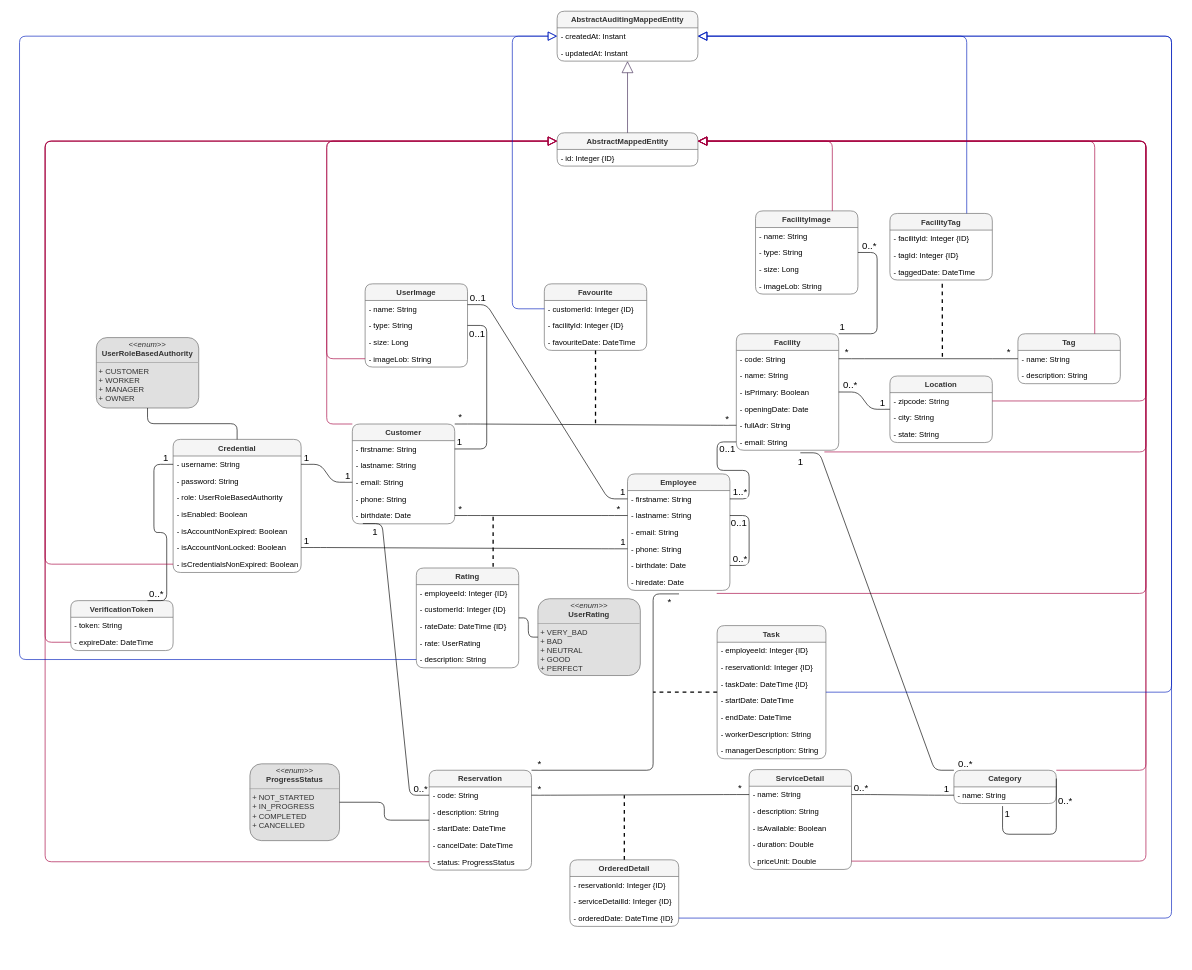
Above: docs/doc/atic/atic_class_diag.drawio in SelimHorri/atic-backend-app (draw.io), before the change. Source tidied: cells renumbered, new cells numbered last; positions are measured from the earlier drawing's top-left corner, leaving out a move shared by most shapes. Both pictures are drawn from the tidied source at 64%, with x=0, y=0 at pixel (19, 11).
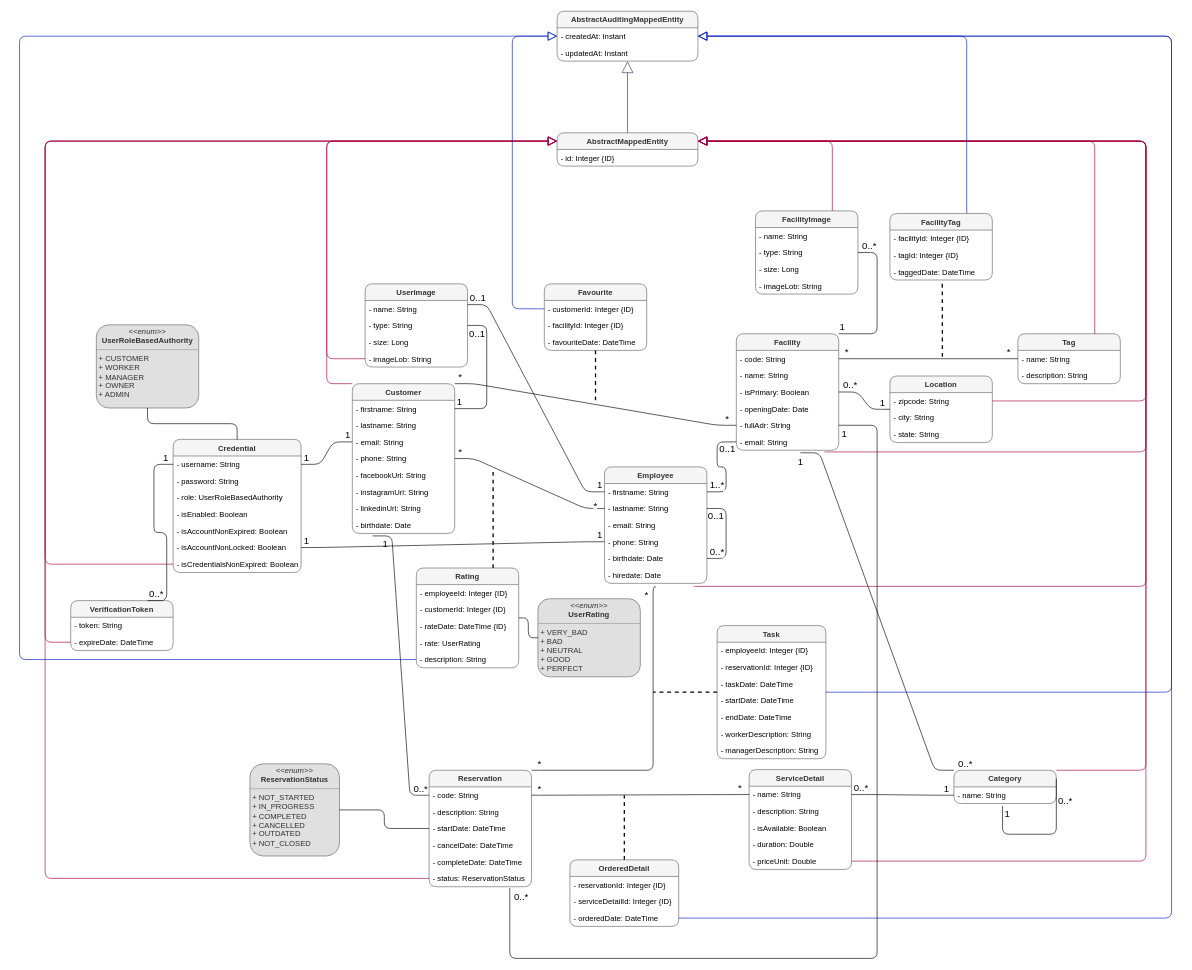
The same page after the edit.

Unchanged cells that the change refers to:
```xml
<mxCell id="6" value="- lastname: String" style="text;strokeColor=none;fillColor=none;align=left;verticalAlign=top;spacingLeft=4;spacingRight=4;overflow=hidden;points=[[0,0.5],[1,0.5]];portConstraint=eastwest;rounded=1;" parent="4" vertex="1">
  <mxGeometry y="52" width="160" height="26" as="geometry" />
</mxCell>
<mxCell id="33" value="Favourite" style="swimlane;fontStyle=1;align=center;verticalAlign=top;horizontal=1;startSize=26;rounded=1;fillColor=#f5f5f5;fontColor=#333333;strokeColor=#666666;" parent="1" vertex="1">
  <mxGeometry x="820" y="426" width="160" height="104" as="geometry" />
</mxCell>
<mxCell id="42" value="- fullAdr: String" style="text;strokeColor=none;fillColor=none;align=left;verticalAlign=top;spacingLeft=4;spacingRight=4;overflow=hidden;points=[[0,0.5],[1,0.5]];portConstraint=eastwest;rounded=1;sketch=0;" parent="37" vertex="1">
  <mxGeometry y="130" width="160" height="26" as="geometry" />
</mxCell>
<mxCell id="45" value="- code: String" style="text;strokeColor=none;fillColor=none;align=left;verticalAlign=top;spacingLeft=4;spacingRight=4;overflow=hidden;points=[[0,0.5],[1,0.5]];portConstraint=eastwest;rounded=1;sketch=0;" parent="44" vertex="1">
  <mxGeometry y="26" width="160" height="26" as="geometry" />
</mxCell>
<mxCell id="56" value="OrderedDetail" style="swimlane;fontStyle=1;align=center;verticalAlign=top;horizontal=1;startSize=26;rounded=1;sketch=0;fillColor=#f5f5f5;fontColor=#333333;strokeColor=#666666;" parent="1" vertex="1">
  <mxGeometry x="860" y="1326" width="170" height="104" as="geometry" />
</mxCell>
<mxCell id="79" value="Rating" style="swimlane;fontStyle=1;align=center;verticalAlign=top;horizontal=1;startSize=26;rounded=1;sketch=0;fillColor=#f5f5f5;fontColor=#333333;strokeColor=#666666;" parent="1" vertex="1">
  <mxGeometry x="620" y="870" width="160" height="156" as="geometry" />
</mxCell>
<mxCell id="165" value="Task" style="swimlane;fontStyle=1;align=center;verticalAlign=top;horizontal=1;startSize=26;rounded=1;sketch=0;fillColor=#f5f5f5;fontColor=#333333;strokeColor=#666666;" parent="1" vertex="1">
  <mxGeometry x="1090" y="960" width="170" height="208" as="geometry" />
</mxCell>
```

Diff of the diagram source:
```diff
@@
     <mxCell id="4" value="Employee" style="swimlane;fontStyle=1;align=center;verticalAlign=top;horizontal=1;startSize=26;rounded=1;fillColor=#f5f5f5;fontColor=#333333;strokeColor=#666666;" parent="1" vertex="1">
-      <mxGeometry x="950" y="723" width="160" height="182" as="geometry" />
+      <mxGeometry x="914" y="712" width="160" height="182" as="geometry" />
     </mxCell>
@@
     <mxCell id="14" value="Customer" style="swimlane;fontStyle=1;align=center;verticalAlign=top;horizontal=1;startSize=26;rounded=1;fillColor=#f5f5f5;fontColor=#333333;strokeColor=#666666;" parent="1" vertex="1">
-      <mxGeometry x="520" y="645" width="160" height="156" as="geometry" />
+      <mxGeometry x="520" y="582" width="160" height="234" as="geometry" />
     </mxCell>
@@
+    <mxCell id="178" value="- facebookUrl: String" style="text;strokeColor=none;fillColor=none;align=left;verticalAlign=top;spacingLeft=4;spacingRight=4;overflow=hidden;rounded=1;" parent="14" vertex="1">
+      <mxGeometry y="130" width="160" height="26" as="geometry" />
+    </mxCell>
+    <mxCell id="179" value="- instagramUrl: String" style="text;strokeColor=none;fillColor=none;align=left;verticalAlign=top;spacingLeft=4;spacingRight=4;overflow=hidden;rounded=1;" parent="14" vertex="1">
+      <mxGeometry y="156" width="160" height="26" as="geometry" />
+    </mxCell>
+    <mxCell id="180" value="- linkedinUrl: String" style="text;strokeColor=none;fillColor=none;align=left;verticalAlign=top;spacingLeft=4;spacingRight=4;overflow=hidden;rounded=1;" parent="14" vertex="1">
+      <mxGeometry y="182" width="160" height="26" as="geometry" />
+    </mxCell>
     <mxCell id="19" value="- birthdate: Date" style="text;strokeColor=none;fillColor=none;align=left;verticalAlign=top;spacingLeft=4;spacingRight=4;overflow=hidden;points=[[0,0.5],[1,0.5]];portConstraint=eastwest;rounded=1;" parent="14" vertex="1">
-      <mxGeometry y="130" width="160" height="26" as="geometry" />
+      <mxGeometry y="208" width="160" height="26" as="geometry" />
     </mxCell>
@@
-    <mxCell id="31" value="&lt;p style=&quot;margin: 0px ; margin-top: 4px ; text-align: center&quot;&gt;&lt;i&gt;&amp;lt;&amp;lt;enum&amp;gt;&amp;gt;&lt;/i&gt;&lt;br&gt;&lt;b&gt;UserRoleBasedAuthority&lt;/b&gt;&lt;br&gt;&lt;/p&gt;&lt;hr size=&quot;1&quot;&gt;&lt;p style=&quot;margin: 0px ; margin-left: 4px&quot;&gt;+ CUSTOMER&lt;/p&gt;&lt;p style=&quot;margin: 0px ; margin-left: 4px&quot;&gt;+ WORKER&lt;/p&gt;&lt;p style=&quot;margin: 0px ; margin-left: 4px&quot;&gt;+ MANAGER&lt;/p&gt;&lt;p style=&quot;margin: 0px ; margin-left: 4px&quot;&gt;+ OWNER&lt;br&gt;&lt;/p&gt;" style="verticalAlign=top;align=left;overflow=fill;fontSize=12;fontFamily=Helvetica;html=1;rounded=1;fillColor=#E0E0E0;fontColor=#333333;strokeColor=#666666;" parent="1" vertex="1">
-      <mxGeometry x="120" y="510" width="160" height="110" as="geometry" />
+    <mxCell id="31" value="&lt;p style=&quot;margin: 0px ; margin-top: 4px ; text-align: center&quot;&gt;&lt;i&gt;&amp;lt;&amp;lt;enum&amp;gt;&amp;gt;&lt;/i&gt;&lt;br&gt;&lt;b&gt;UserRoleBasedAuthority&lt;/b&gt;&lt;br&gt;&lt;/p&gt;&lt;hr size=&quot;1&quot;&gt;&lt;p style=&quot;margin: 0px ; margin-left: 4px&quot;&gt;+ CUSTOMER&lt;/p&gt;&lt;p style=&quot;margin: 0px ; margin-left: 4px&quot;&gt;+ WORKER&lt;/p&gt;&lt;p style=&quot;margin: 0px ; margin-left: 4px&quot;&gt;+ MANAGER&lt;/p&gt;&lt;p style=&quot;margin: 0px ; margin-left: 4px&quot;&gt;+ OWNER&lt;/p&gt;&lt;p style=&quot;margin: 0px ; margin-left: 4px&quot;&gt;+ ADMIN&lt;br&gt;&lt;/p&gt;" style="verticalAlign=top;align=left;overflow=fill;fontSize=12;fontFamily=Helvetica;html=1;rounded=1;fillColor=#E0E0E0;fontColor=#333333;strokeColor=#666666;" parent="1" vertex="1">
+      <mxGeometry x="120" y="490" width="160" height="130" as="geometry" />
     </mxCell>
@@
     <mxCell id="44" value="Reservation" style="swimlane;fontStyle=1;align=center;verticalAlign=top;horizontal=1;startSize=26;rounded=1;sketch=0;fillColor=#f5f5f5;fontColor=#333333;strokeColor=#666666;" parent="1" vertex="1">
-      <mxGeometry x="640" y="1186" width="160" height="156" as="geometry" />
+      <mxGeometry x="640" y="1186" width="160" height="182" as="geometry" />
     </mxCell>
@@
+    <mxCell id="181" value="- completeDate: DateTime" style="text;strokeColor=none;fillColor=none;align=left;verticalAlign=top;spacingLeft=4;spacingRight=4;overflow=hidden;rounded=1;sketch=0;" parent="44" vertex="1">
+      <mxGeometry y="130" width="160" height="26" as="geometry" />
+    </mxCell>
-    <mxCell id="49" value="- status: ProgressStatus" style="text;strokeColor=none;fillColor=none;align=left;verticalAlign=top;spacingLeft=4;spacingRight=4;overflow=hidden;points=[[0,0.5],[1,0.5]];portConstraint=eastwest;rounded=1;sketch=0;" parent="44" vertex="1">
-      <mxGeometry y="130" width="160" height="26" as="geometry" />
+    <mxCell id="49" value="- status: ReservationStatus" style="text;strokeColor=none;fillColor=none;align=left;verticalAlign=top;spacingLeft=4;spacingRight=4;overflow=hidden;points=[[0,0.5],[1,0.5]];portConstraint=eastwest;rounded=1;sketch=0;" parent="44" vertex="1">
+      <mxGeometry y="156" width="160" height="26" as="geometry" />
     </mxCell>
@@
-    <mxCell id="59" value="- orderedDate: DateTime {ID}" style="text;strokeColor=none;fillColor=none;align=left;verticalAlign=top;spacingLeft=4;spacingRight=4;overflow=hidden;points=[[0,0.5],[1,0.5]];portConstraint=eastwest;rounded=1;sketch=0;" parent="56" vertex="1">
+    <mxCell id="59" value="- orderedDate: DateTime" style="text;strokeColor=none;fillColor=none;align=left;verticalAlign=top;spacingLeft=4;spacingRight=4;overflow=hidden;points=[[0,0.5],[1,0.5]];portConstraint=eastwest;rounded=1;sketch=0;" parent="56" vertex="1">
       <mxGeometry y="78" width="170" height="26" as="geometry" />
     </mxCell>
@@
-    <mxCell id="77" value="&lt;p style=&quot;margin: 0px ; margin-top: 4px ; text-align: center&quot;&gt;&lt;i&gt;&amp;lt;&amp;lt;enum&amp;gt;&amp;gt;&lt;/i&gt;&lt;br&gt;&lt;b&gt;ProgressStatus&lt;/b&gt;&lt;br&gt;&lt;/p&gt;&lt;hr size=&quot;1&quot;&gt;&lt;p style=&quot;margin: 0px ; margin-left: 4px&quot;&gt;+ NOT_STARTED&lt;br&gt;&lt;/p&gt;&lt;p style=&quot;margin: 0px ; margin-left: 4px&quot;&gt;+ IN_PROGRESS&lt;/p&gt;&lt;p style=&quot;margin: 0px ; margin-left: 4px&quot;&gt;+ COMPLETED&lt;/p&gt;&lt;p style=&quot;margin: 0px ; margin-left: 4px&quot;&gt;+ CANCELLED&lt;br&gt;&lt;/p&gt;" style="verticalAlign=top;align=left;overflow=fill;fontSize=12;fontFamily=Helvetica;html=1;rounded=1;fillColor=#E0E0E0;fontColor=#333333;strokeColor=#666666;" parent="1" vertex="1">
-      <mxGeometry x="360" y="1176" width="140" height="120" as="geometry" />
+    <mxCell id="77" value="&lt;p style=&quot;margin: 0px ; margin-top: 4px ; text-align: center&quot;&gt;&lt;i&gt;&amp;lt;&amp;lt;enum&amp;gt;&amp;gt;&lt;/i&gt;&lt;br&gt;&lt;b&gt;ReservationStatus&lt;/b&gt;&lt;br&gt;&lt;/p&gt;&lt;hr size=&quot;1&quot;&gt;&lt;p style=&quot;margin: 0px ; margin-left: 4px&quot;&gt;+ NOT_STARTED&lt;br&gt;&lt;/p&gt;&lt;p style=&quot;margin: 0px ; margin-left: 4px&quot;&gt;+ IN_PROGRESS&lt;/p&gt;&lt;p style=&quot;margin: 0px ; margin-left: 4px&quot;&gt;+ COMPLETED&lt;/p&gt;&lt;p style=&quot;margin: 0px ; margin-left: 4px&quot;&gt;+ CANCELLED&lt;/p&gt;&lt;p style=&quot;margin: 0px ; margin-left: 4px&quot;&gt;+ OUTDATED&lt;/p&gt;&lt;p style=&quot;margin: 0px ; margin-left: 4px&quot;&gt;+ NOT_CLOSED&lt;br&gt;&lt;/p&gt;" style="verticalAlign=top;align=left;overflow=fill;fontSize=12;fontFamily=Helvetica;html=1;rounded=1;fillColor=#E0E0E0;fontColor=#333333;strokeColor=#666666;" parent="1" vertex="1">
+      <mxGeometry x="360" y="1176" width="140" height="144" as="geometry" />
     </mxCell>
@@
     <mxCell id="98" value="&lt;p style=&quot;margin: 0px ; margin-top: 4px ; text-align: center&quot;&gt;&lt;i&gt;&amp;lt;&amp;lt;enum&amp;gt;&amp;gt;&lt;/i&gt;&lt;br&gt;&lt;b&gt;UserRating&lt;/b&gt;&lt;br&gt;&lt;/p&gt;&lt;hr size=&quot;1&quot;&gt;&lt;p style=&quot;margin: 0px ; margin-left: 4px&quot;&gt;+ VERY_BAD&lt;/p&gt;&lt;p style=&quot;margin: 0px ; margin-left: 4px&quot;&gt;+ BAD&lt;/p&gt;&lt;p style=&quot;margin: 0px ; margin-left: 4px&quot;&gt;+ NEUTRAL&lt;/p&gt;&lt;p style=&quot;margin: 0px ; margin-left: 4px&quot;&gt;+ GOOD&lt;/p&gt;&lt;p style=&quot;margin: 0px ; margin-left: 4px&quot;&gt;+ PERFECT&lt;br&gt;&lt;/p&gt;" style="verticalAlign=top;align=left;overflow=fill;fontSize=12;fontFamily=Helvetica;html=1;rounded=1;fillColor=#E0E0E0;fontColor=#333333;strokeColor=#666666;" parent="1" vertex="1">
-      <mxGeometry x="810" y="918" width="160" height="120" as="geometry" />
+      <mxGeometry x="810" y="918" width="160" height="122" as="geometry" />
     </mxCell>
@@
-    <mxCell id="126" style="endArrow=none;html=1;edgeStyle=entityRelationEdgeStyle;rounded=1;sketch=0;exitX=0;exitY=0.5;exitDx=0;exitDy=0;entryX=0.103;entryY=0.984;entryDx=0;entryDy=0;entryPerimeter=0;" parent="1" edge="1" source="45" target="19">
+    <mxCell id="126" style="endArrow=none;html=1;edgeStyle=entityRelationEdgeStyle;rounded=1;sketch=0;exitX=0;exitY=0.5;exitDx=0;exitDy=0;entryX=0.198;entryY=1.149;entryDx=0;entryDy=0;entryPerimeter=0;" parent="1" edge="1" source="45" target="19">
       <mxGeometry relative="1" as="geometry" />
     </mxCell>
@@
     <mxCell id="132" style="endArrow=none;dashed=1;html=1;rounded=1;sketch=0;elbow=vertical;strokeWidth=2;" parent="1" edge="1" source="33">
       <mxGeometry relative="1" as="geometry">
-        <mxPoint x="900" y="650" as="targetPoint" />
+        <mxPoint x="900" y="610" as="targetPoint" />
       </mxGeometry>
     </mxCell>
@@
-    <mxCell id="142" style="endArrow=none;html=1;edgeStyle=entityRelationEdgeStyle;rounded=1;sketch=0;entryX=0;entryY=0.5;entryDx=0;entryDy=0;exitX=1;exitY=0.5;exitDx=0;exitDy=0;" parent="1" edge="1" source="19" target="6">
+    <mxCell id="142" style="endArrow=none;html=1;edgeStyle=entityRelationEdgeStyle;rounded=1;sketch=0;entryX=0;entryY=0.5;entryDx=0;entryDy=0;" parent="1" edge="1" source="14" target="6">
       <mxGeometry relative="1" as="geometry" />
     </mxCell>
@@
     <mxCell id="144" value="*" style="edgeLabel;html=1;align=right;verticalAlign=bottom;rounded=1;sketch=0;fontSize=15;" parent="142" vertex="1">
       <mxGeometry x="1" relative="1" as="geometry">
-        <mxPoint x="-11" as="offset" />
+        <mxPoint x="-11" y="7" as="offset" />
       </mxGeometry>
     </mxCell>
     <mxCell id="145" style="endArrow=none;dashed=1;html=1;rounded=1;sketch=0;elbow=vertical;entryX=0.75;entryY=0;entryDx=0;entryDy=0;strokeWidth=2;" parent="1" edge="1" target="79">
       <mxGeometry relative="1" as="geometry">
-        <mxPoint x="740" y="790" as="sourcePoint" />
+        <mxPoint x="740" y="720" as="sourcePoint" />
       </mxGeometry>
     </mxCell>
@@
-    <mxCell id="168" value="- taskDate: DateTime {ID}" style="text;strokeColor=none;fillColor=none;align=left;verticalAlign=top;spacingLeft=4;spacingRight=4;overflow=hidden;rounded=1;sketch=0;" parent="165" vertex="1">
+    <mxCell id="168" value="- taskDate: DateTime" style="text;strokeColor=none;fillColor=none;align=left;verticalAlign=top;spacingLeft=4;spacingRight=4;overflow=hidden;rounded=1;sketch=0;" parent="165" vertex="1">
       <mxGeometry y="78" width="170" height="26" as="geometry" />
     </mxCell>
@@
+    <mxCell id="182" style="endArrow=none;html=1;rounded=1;sketch=0;entryX=1;entryY=0.5;entryDx=0;entryDy=0;edgeStyle=orthogonalEdgeStyle;exitX=0.788;exitY=1.088;exitDx=0;exitDy=0;exitPerimeter=0;" parent="1" edge="1" source="49" target="42">
+      <mxGeometry relative="1" as="geometry">
+        <Array as="points">
+          <mxPoint x="766" y="1480" />
+          <mxPoint x="1340" y="1480" />
+          <mxPoint x="1340" y="647" />
+        </Array>
+      </mxGeometry>
+    </mxCell>
+    <mxCell id="183" value="0..*" style="edgeLabel;html=1;align=left;verticalAlign=bottom;rounded=1;sketch=0;fontSize=15;" parent="182" vertex="1">
+      <mxGeometry x="-1" relative="1" as="geometry">
+        <mxPoint x="5" y="25" as="offset" />
+      </mxGeometry>
+    </mxCell>
+    <mxCell id="184" value="1" style="edgeLabel;html=1;align=right;verticalAlign=bottom;rounded=1;sketch=0;fontSize=15;" parent="182" vertex="1">
+      <mxGeometry x="1" relative="1" as="geometry">
+        <mxPoint x="13" y="24" as="offset" />
+      </mxGeometry>
+    </mxCell>
```
